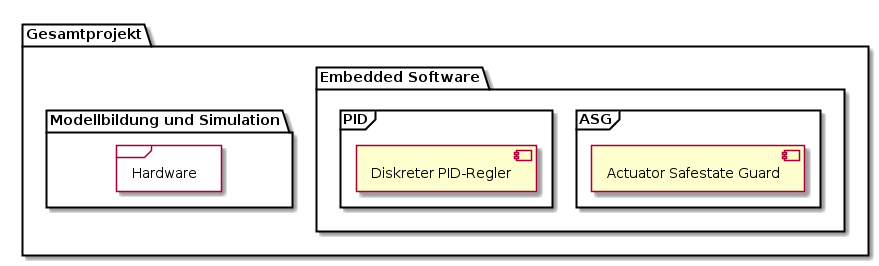
This is pics/diagrams/merged-diag_2.png from mainster/projectGalvoDocu, a PlantUML export, as it was before one commit.
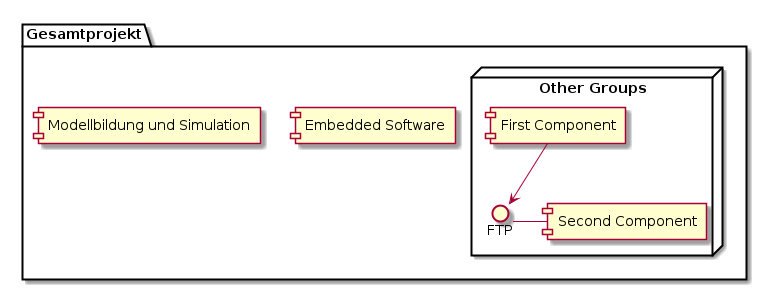
After the change.

The edit, as a diff of the source:
```diff
@@ -1,21 +1,10 @@
 @startuml
-skinparam componentStyle uml2
 package "Gesamtprojekt" {
-    package "Embedded Software" {
-        frame "ASG" {
-            [Actuator Safestate Guard]
-        }
-        frame "PID" {
-            [Diskreter PID-Regler]
-        }
-    }
-    package "Modellbildung und Simulation" {
-        frame "Hardware" {
-            [Actuator Safestate Guard]
-        }
-        frame "PID" {
-            [Diskreter PID-Regler]
-        }
+    [Embedded Software]
+    [Modellbildung und Simulation]
+    node "Other Groups" {
+        FTP - [Second Component]
+        [First Component] --> FTP
     }
 }
 @enduml
```
